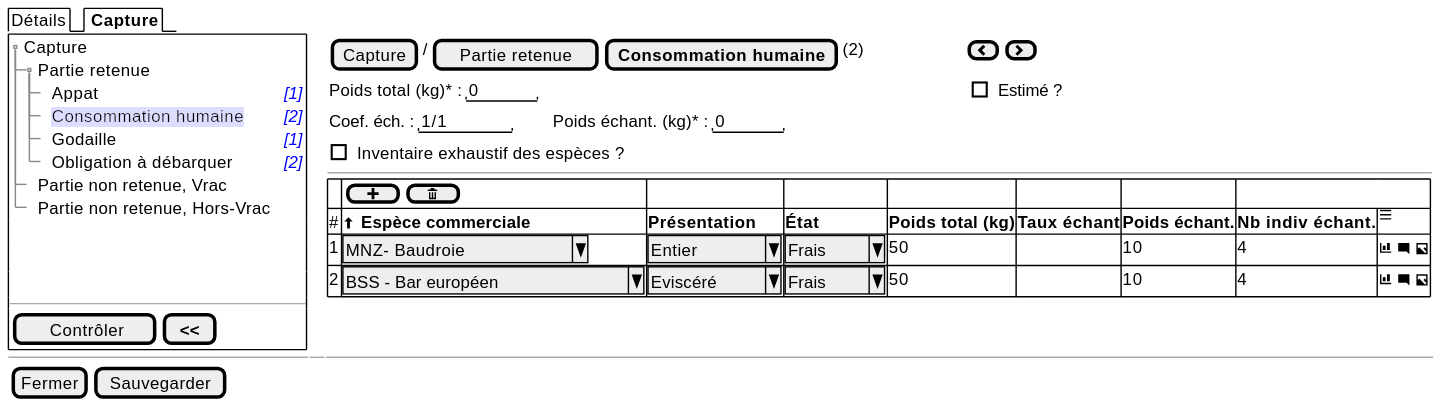
The PlantUML diagram projects/obsmer/spe/images/batch/batch-tree-PR-HCN.svg in sumaris-net/sumaris-doc, before a commit. Its source is kept beside it as projects/obsmer/spe/images/batch/batch-tree-PR-HCN.puml.
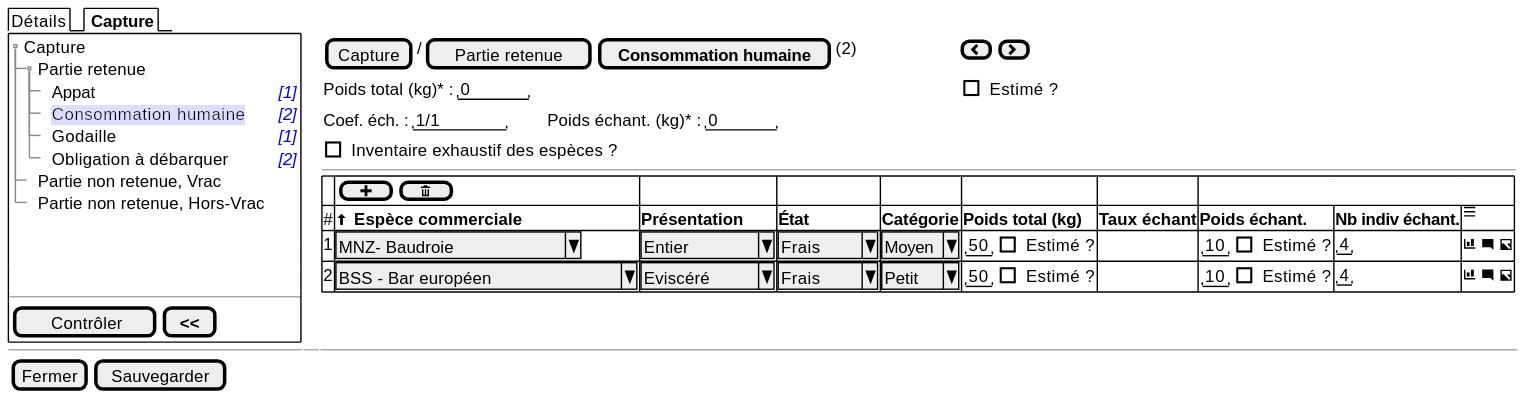
After the commit.

Diff of the diagram source:
```diff
@@ -30,9 +30,9 @@
     ---
     {#
           . | {[ <&plus> ] | [ <&trash> ] }  | . | . | . | . | .
-          # | <&arrow-thick-top> <b>Espèce commerciale  | <b>Présentation | <b>État | <b>Poids total (kg)     |  <b>Taux échant  | <b>Poids échant. | <b>Nb indiv échant. | <&menu>
-          1 | ^MNZ- Baudroie       ^ | ^ Entier   ^ | ^ Frais ^ | 50   |  .   |   10          | 4 | <&bar-chart> <&comment-square> <&image>
-          2 | ^BSS - Bar européen       ^ | ^ Eviscéré ^ | ^ Frais ^ | 50   |  .   |   10          | 4 | <&bar-chart> <&comment-square> <&image>
+          # | <&arrow-thick-top> <b>Espèce commerciale  | <b>Présentation | <b>État | <b>Catégorie | <b>Poids total (kg)     |  <b>Taux échant  | <b>Poids échant. | <b>Nb indiv échant. | <&menu>
+          1 | ^MNZ- Baudroie       ^ | ^ Entier   ^ | ^ Frais ^ | ^Moyen^ | { "50" | [ ] Estimé ? } |  .   |   { "10" | [ ] Estimé ? }          | "4" | <&bar-chart> <&comment-square> <&image>
+          2 | ^BSS - Bar européen       ^ | ^ Eviscéré ^ | ^ Frais ^ | ^Petit^ | { "50" | [ ] Estimé ? }  |  .   |   { "10" | [ ] Estimé ? }          | "4" | <&bar-chart> <&comment-square> <&image>
         }
   }
 
```
